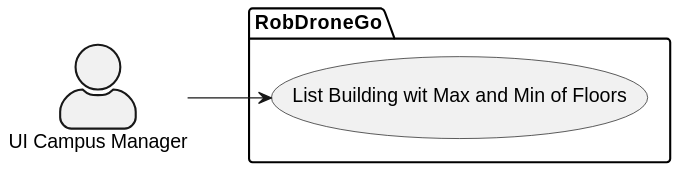
Above: Visualization/docs/US_1050/Diagrams/Level1/SceneryView.svg in Pedro-Pereira1/sem5pi_23_24_g056_Visualization (PlantUML), before the change.
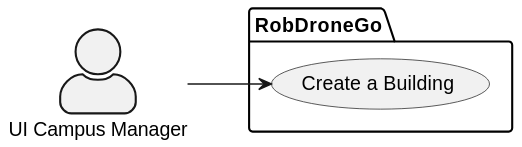
After the commit.

What changed in the source:
```diff
@@ -1,4 +1,4 @@
-@startuml
+@startuml scenaryLevel1
 left to right direction
 
 skinparam actorStyle awesome
@@ -6,7 +6,7 @@
 actor "UI Campus Manager" as CM
 
 package  RobDroneGo  {
-  usecase "List Building wit Max and Min of Floors" as UC2
+  usecase "Create a Building" as UC2
 }
 CM --> UC2
 @enduml
```
